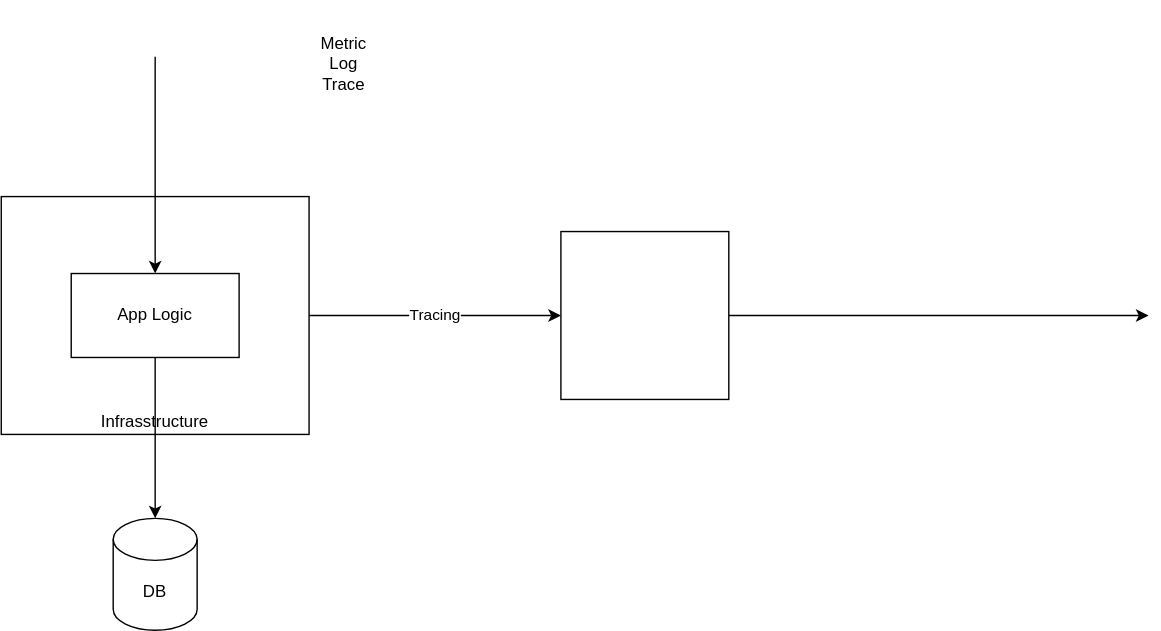
This is turbonomicsmapping.svg from vjavle/invoicecloud, a draw.io export, as it was before one commit. Source tidied: cells renumbered, new cells last; positions are measured from the earlier drawing's top-left corner, leaving out a move shared by most shapes.
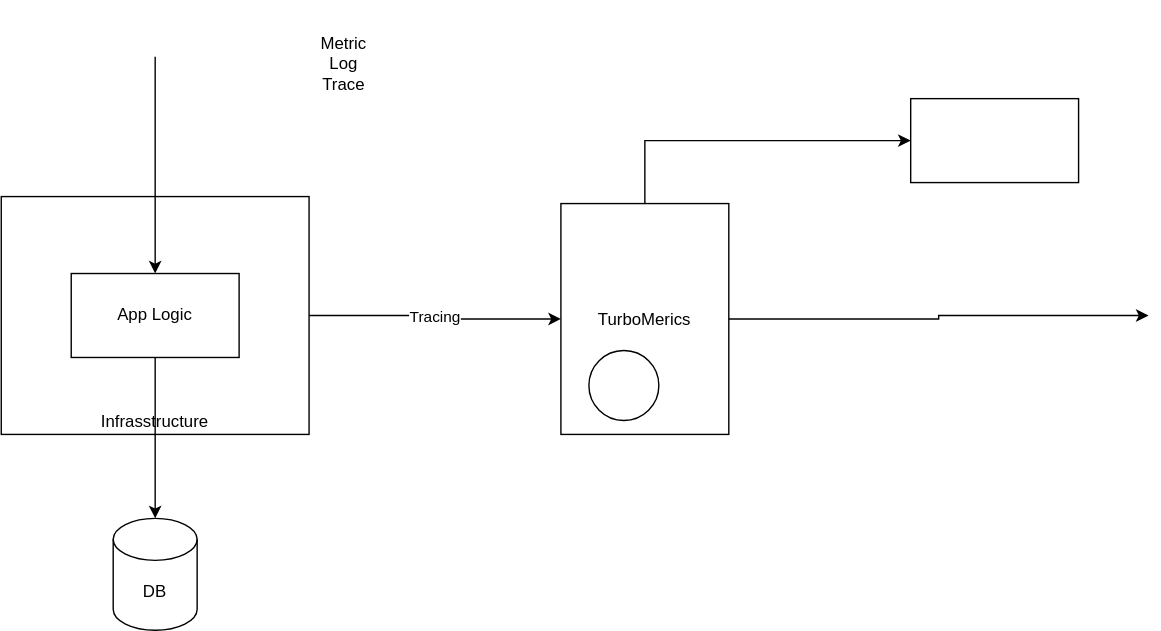
After the commit.

Change to the diagram source:
```diff
@@ -10,8 +10,15 @@
         <mxPoint x="820" y="225" as="targetPoint" />
       </mxGeometry>
     </mxCell>
+    <mxCell id="11" style="edgeStyle=orthogonalEdgeStyle;rounded=0;jettySize=auto;html=1;" parent="1" edge="1" source="4" target="12">
+      <mxGeometry relative="1" as="geometry">
+        <Array as="points">
+          <mxPoint x="460" y="100" />
+        </Array>
+      </mxGeometry>
+    </mxCell>
-    <mxCell id="4" style="rounded=0;whiteSpace=wrap;html=1;" parent="1" vertex="1">
-      <mxGeometry x="400" y="165" width="120" height="120" as="geometry" />
+    <mxCell id="4" value="TurboMerics" style="rounded=0;whiteSpace=wrap;html=1;" parent="1" vertex="1">
+      <mxGeometry x="400" y="145" width="120" height="165" as="geometry" />
     </mxCell>
     <mxCell id="5" style="edgeStyle=orthogonalEdgeStyle;rounded=0;jettySize=auto;html=1;" parent="1" edge="1" source="6" target="7">
       <mxGeometry relative="1" as="geometry" />
@@ -33,5 +40,11 @@
         <mxPoint x="110" y="40" as="sourcePoint" />
       </mxGeometry>
     </mxCell>
+    <mxCell id="12" style="rounded=0;whiteSpace=wrap;html=1;" parent="1" vertex="1">
+      <mxGeometry x="650" y="70" width="120" height="60" as="geometry" />
+    </mxCell>
+    <mxCell id="13" style="ellipse;whiteSpace=wrap;html=1;" parent="1" vertex="1">
+      <mxGeometry x="420" y="250" width="50" height="50" as="geometry" />
+    </mxCell>
   </root>
 </mxGraphModel>
```
